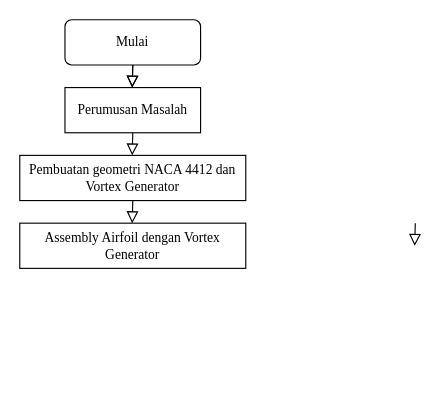
aisayudia/aisayudia.github.io keeps this draw.io diagram as Untitled Diagram.drawio. Above is the earlier version. Source tidied: cells renumbered, new cells numbered last; positions are measured from the earlier drawing's top-left corner, leaving out a move shared by most shapes. Both pictures are drawn from the tidied source at 113%, with x=0, y=0 at pixel (19, 19).
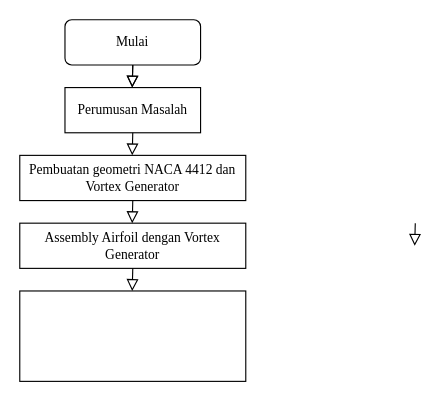
After the change.

Change to the diagram source:
```diff
@@
 <mxGraphModel>
   <root>
     <mxCell id="0" />
     <mxCell id="1" parent="0" />
     <mxCell id="2" value="&lt;font face=&quot;Times New Roman&quot;&gt;Mulai&lt;/font&gt;" style="rounded=1;whiteSpace=wrap;html=1;fontSize=12;glass=0;strokeWidth=1;shadow=0;" parent="1" vertex="1">
       <mxGeometry x="40" width="120" height="40" as="geometry" />
     </mxCell>
     <mxCell id="3" style="rounded=0;html=1;jettySize=auto;orthogonalLoop=1;fontSize=11;endArrow=block;endFill=0;endSize=8;strokeWidth=1;shadow=0;labelBackgroundColor=none;edgeStyle=orthogonalEdgeStyle;" parent="1" edge="1">
       <mxGeometry relative="1" as="geometry">
         <mxPoint x="100" y="40" as="sourcePoint" />
         <mxPoint x="99.5" y="60" as="targetPoint" />
       </mxGeometry>
     </mxCell>
     <mxCell id="4" value="&lt;font face=&quot;Times New Roman&quot;&gt;Perumusan Masalah&lt;/font&gt;" style="rounded=0;whiteSpace=wrap;html=1;" parent="1" vertex="1">
       <mxGeometry x="40" y="60" width="120" height="40" as="geometry" />
     </mxCell>
     <mxCell id="5" value="&lt;font face=&quot;Times New Roman&quot;&gt;Pembuatan geometri NACA 4412 dan Vortex Generator&lt;/font&gt;" style="rounded=0;whiteSpace=wrap;html=1;" parent="1" vertex="1">
       <mxGeometry y="120" width="200" height="40" as="geometry" />
     </mxCell>
     <mxCell id="6" value="&lt;font face=&quot;Times New Roman&quot;&gt;Assembly Airfoil dengan Vortex Generator&lt;/font&gt;" style="rounded=0;whiteSpace=wrap;html=1;" parent="1" vertex="1">
       <mxGeometry y="180" width="200" height="40" as="geometry" />
     </mxCell>
     <mxCell id="7" style="rounded=0;html=1;jettySize=auto;orthogonalLoop=1;fontSize=11;endArrow=block;endFill=0;endSize=8;strokeWidth=1;shadow=0;labelBackgroundColor=none;edgeStyle=orthogonalEdgeStyle;" parent="1" edge="1">
       <mxGeometry relative="1" as="geometry">
         <mxPoint x="100" y="40" as="sourcePoint" />
         <mxPoint x="99.5" y="60" as="targetPoint" />
       </mxGeometry>
     </mxCell>
     <mxCell id="8" style="rounded=0;html=1;jettySize=auto;orthogonalLoop=1;fontSize=11;endArrow=block;endFill=0;endSize=8;strokeWidth=1;shadow=0;labelBackgroundColor=none;edgeStyle=orthogonalEdgeStyle;" parent="1" edge="1">
       <mxGeometry relative="1" as="geometry">
         <mxPoint x="350" y="180" as="sourcePoint" />
         <mxPoint x="349.5" y="200" as="targetPoint" />
       </mxGeometry>
     </mxCell>
     <mxCell id="9" style="rounded=0;html=1;jettySize=auto;orthogonalLoop=1;fontSize=11;endArrow=block;endFill=0;endSize=8;strokeWidth=1;shadow=0;labelBackgroundColor=none;edgeStyle=orthogonalEdgeStyle;" parent="1" edge="1">
       <mxGeometry relative="1" as="geometry">
         <mxPoint x="100" y="100" as="sourcePoint" />
         <mxPoint x="99.5" y="120" as="targetPoint" />
       </mxGeometry>
     </mxCell>
     <mxCell id="10" style="rounded=0;html=1;jettySize=auto;orthogonalLoop=1;fontSize=11;endArrow=block;endFill=0;endSize=8;strokeWidth=1;shadow=0;labelBackgroundColor=none;edgeStyle=orthogonalEdgeStyle;" parent="1" edge="1">
       <mxGeometry relative="1" as="geometry">
         <mxPoint x="100" y="160" as="sourcePoint" />
         <mxPoint x="99.5" y="180" as="targetPoint" />
       </mxGeometry>
     </mxCell>
+    <mxCell id="11" style="rounded=0;whiteSpace=wrap;html=1;" parent="1" vertex="1">
+      <mxGeometry y="240" width="200" height="80" as="geometry" />
+    </mxCell>
+    <mxCell id="12" style="rounded=0;html=1;jettySize=auto;orthogonalLoop=1;fontSize=11;endArrow=block;endFill=0;endSize=8;strokeWidth=1;shadow=0;labelBackgroundColor=none;edgeStyle=orthogonalEdgeStyle;" parent="1" edge="1">
+      <mxGeometry relative="1" as="geometry">
+        <mxPoint x="100" y="220" as="sourcePoint" />
+        <mxPoint x="99.5" y="240" as="targetPoint" />
+      </mxGeometry>
+    </mxCell>
   </root>
 </mxGraphModel>
```
